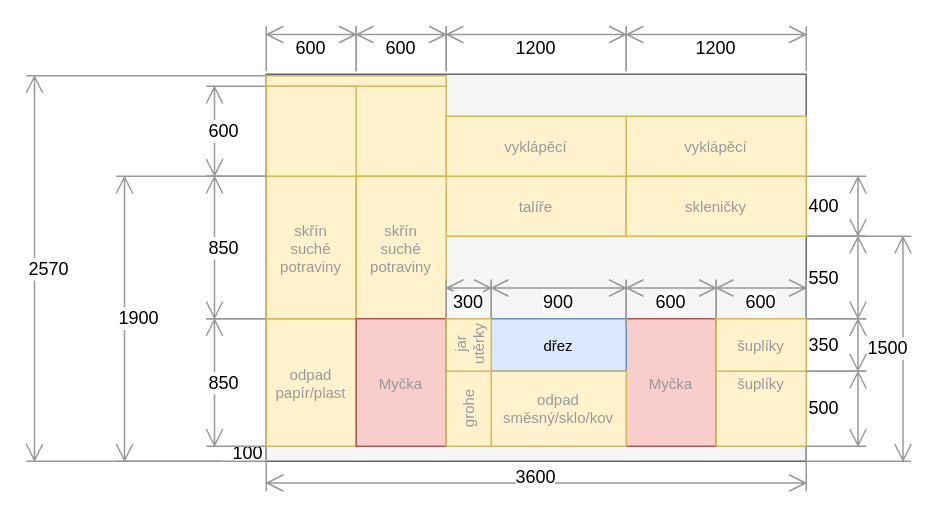
This is docs/src/static/drawings/kitchen.wall-watter.drawio from surquest/flat-renovation, a draw.io file, before an edit. Source tidied: cells renumbered, new cells numbered last; positions are measured from the earlier drawing's top-left corner, leaving out a move shared by most shapes. Both pictures are drawn from the tidied source at 150%, with x=0, y=0 at pixel (26, 26).
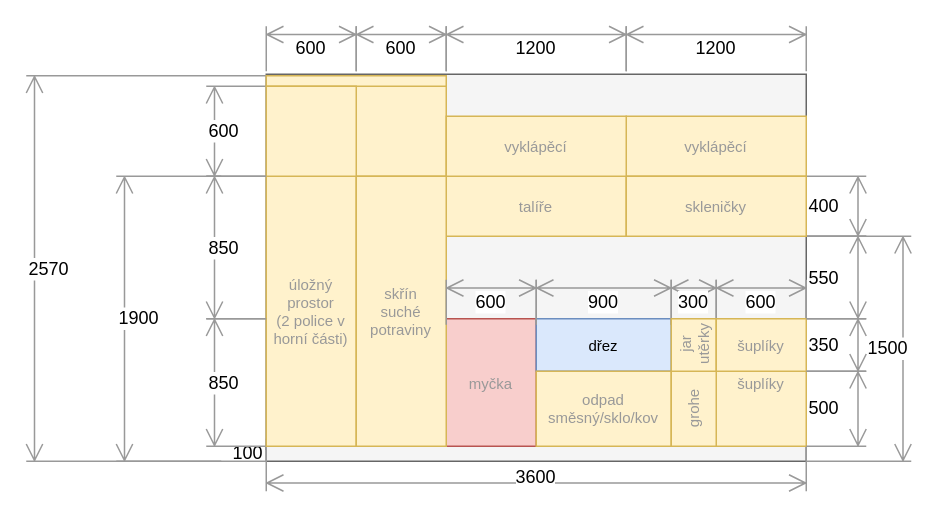
After the change.

Commit message (it also covers changes not shown here):
Kitchen redesign

What changed in the source:
```diff
@@
-    <mxCell id="4" style="rounded=0;whiteSpace=wrap;html=1;fillColor=#fff2cc;strokeColor=#d6b656;" parent="1" vertex="1">
-      <mxGeometry x="160" y="199" width="60" height="80" as="geometry" />
-    </mxCell>
@@
-    <mxCell id="9" value="Myčka" style="rounded=0;whiteSpace=wrap;html=1;fillColor=#f8cecc;strokeColor=#b85450;fontColor=#999999;fontSize=10;" parent="1" vertex="1">
-      <mxGeometry x="400" y="195" width="60" height="85" as="geometry" />
+    <mxCell id="9" value="myčka" style="rounded=0;whiteSpace=wrap;html=1;fillColor=#f8cecc;strokeColor=#b85450;fontColor=#999999;fontSize=10;" parent="1" vertex="1">
+      <mxGeometry x="280" y="195" width="60" height="85" as="geometry" />
     </mxCell>
@@
-    <mxCell id="12" value="odpad&lt;br style=&quot;font-size: 10px;&quot;&gt;papír/plast" style="rounded=0;whiteSpace=wrap;html=1;fillColor=#fff2cc;strokeColor=#d6b656;fontColor=#999999;fontSize=10;" parent="1" vertex="1">
-      <mxGeometry x="160" y="195" width="60" height="85" as="geometry" />
-    </mxCell>
     <mxCell id="13" value="dřez" style="rounded=0;whiteSpace=wrap;html=1;fillColor=#dae8fc;strokeColor=#6c8ebf;fontSize=10;" parent="1" vertex="1">
-      <mxGeometry x="310" y="195" width="90" height="35" as="geometry" />
+      <mxGeometry x="340" y="195" width="90" height="35" as="geometry" />
     </mxCell>
@@
-    <mxCell id="19" value="skřín&lt;br style=&quot;font-size: 10px;&quot;&gt;suché potraviny" style="rounded=0;whiteSpace=wrap;html=1;fillColor=#fff2cc;strokeColor=#d6b656;labelBackgroundColor=none;fontColor=#999999;fontSize=10;" parent="1" vertex="1">
-      <mxGeometry x="160" y="100" width="60" height="95" as="geometry" />
+    <mxCell id="19" value="úložný prostor&lt;br&gt;(2 police v horní části)" style="rounded=0;whiteSpace=wrap;html=1;fillColor=#fff2cc;strokeColor=#d6b656;labelBackgroundColor=none;fontColor=#999999;fontSize=10;" parent="1" vertex="1">
+      <mxGeometry x="160" y="100" width="60" height="180" as="geometry" />
     </mxCell>
@@
     <mxCell id="21" value="skřín&lt;br style=&quot;font-size: 10px;&quot;&gt;suché&lt;br style=&quot;font-size: 10px;&quot;&gt;potraviny" style="rounded=0;whiteSpace=wrap;html=1;fillColor=#fff2cc;strokeColor=#d6b656;fontColor=#999999;fontSize=10;" parent="1" vertex="1">
-      <mxGeometry x="220" y="100" width="60" height="95" as="geometry" />
+      <mxGeometry x="220" y="100" width="60" height="180" as="geometry" />
     </mxCell>
@@
     <mxCell id="29" value="odpad&lt;br style=&quot;font-size: 10px;&quot;&gt;směsný/sklo/kov" style="rounded=0;whiteSpace=wrap;html=1;fillColor=#fff2cc;strokeColor=#d6b656;fontColor=#999999;fontSize=10;" parent="1" vertex="1">
-      <mxGeometry x="310" y="230" width="90" height="50" as="geometry" />
+      <mxGeometry x="340" y="230" width="90" height="50" as="geometry" />
     </mxCell>
-    <mxCell id="30" value="&lt;font color=&quot;#999999&quot; style=&quot;font-size: 10px;&quot;&gt;Myčka&lt;/font&gt;" style="rounded=0;whiteSpace=wrap;html=1;fillColor=#f8cecc;strokeColor=#b85450;fontSize=10;" parent="1" vertex="1">
-      <mxGeometry x="220" y="195" width="60" height="85" as="geometry" />
-    </mxCell>
     <mxCell id="31" value="&lt;font color=&quot;#999999&quot; style=&quot;font-size: 10px;&quot;&gt;grohe&lt;/font&gt;" style="rounded=0;whiteSpace=wrap;html=1;fillColor=#fff2cc;strokeColor=#d6b656;horizontal=0;fontSize=10;" parent="1" vertex="1">
-      <mxGeometry x="280" y="230" width="30" height="50" as="geometry" />
+      <mxGeometry x="430" y="230" width="30" height="50" as="geometry" />
     </mxCell>
     <mxCell id="32" value="300" style="shape=dimension;direction=west;whiteSpace=wrap;html=1;align=center;verticalAlign=middle;labelBackgroundColor=#ffffff;strokeColor=#999999;" parent="1" vertex="1">
-      <mxGeometry x="280" y="169" width="30" height="30" as="geometry" />
+      <mxGeometry x="430" y="169" width="30" height="30" as="geometry" />
     </mxCell>
     <mxCell id="33" value="900" style="shape=dimension;direction=west;whiteSpace=wrap;html=1;align=center;verticalAlign=middle;labelBackgroundColor=#ffffff;strokeColor=#999999;" parent="1" vertex="1">
-      <mxGeometry x="310" y="169" width="90" height="30" as="geometry" />
+      <mxGeometry x="340" y="169" width="90" height="30" as="geometry" />
     </mxCell>
@@
     <mxCell id="36" value="600" style="shape=dimension;direction=west;whiteSpace=wrap;html=1;align=center;verticalAlign=middle;labelBackgroundColor=#ffffff;strokeColor=#999999;" parent="1" vertex="1">
-      <mxGeometry x="400" y="169" width="60" height="30" as="geometry" />
+      <mxGeometry x="280" y="169" width="60" height="30" as="geometry" />
     </mxCell>
@@
     <mxCell id="40" value="&lt;font color=&quot;#999999&quot; style=&quot;font-size: 10px;&quot;&gt;jar&lt;br&gt;utěrky&lt;br&gt;&lt;/font&gt;" style="rounded=0;whiteSpace=wrap;html=1;fillColor=#fff2cc;strokeColor=#d6b656;horizontal=0;fontSize=10;" parent="1" vertex="1">
-      <mxGeometry x="280" y="195" width="30" height="35" as="geometry" />
+      <mxGeometry x="430" y="195" width="30" height="35" as="geometry" />
     </mxCell>
```
